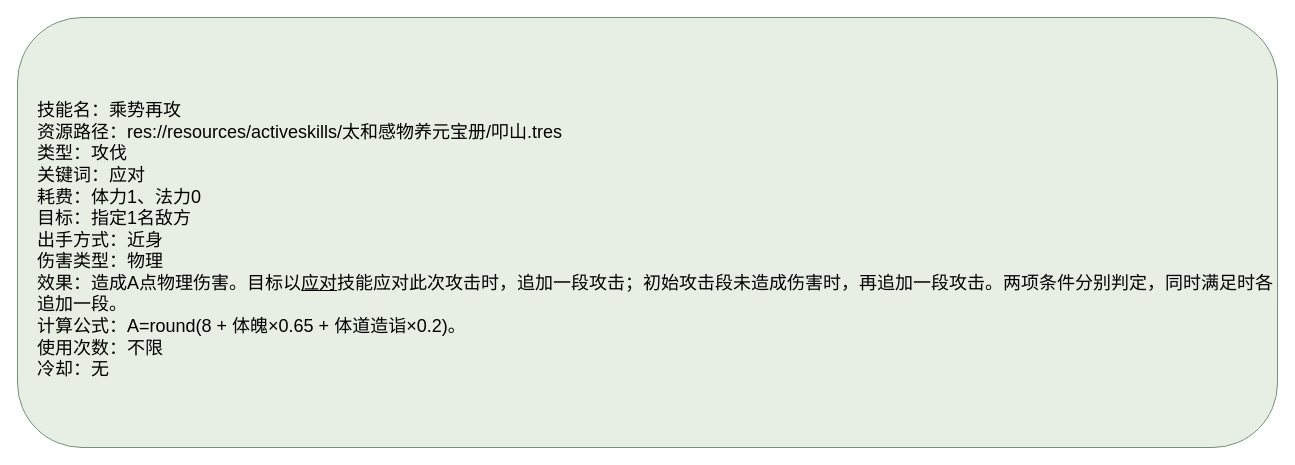
Before: docs/卡牌词典/秘籍技能/太和感物养元宝册/乘势再攻.drawio in ankundanetracyc-spec/tian-guan-you-du, a draw.io diagram. Source tidied: cells renumbered, new cells numbered last; positions are measured from the earlier drawing's top-left corner, leaving out a move shared by most shapes. Both pictures are drawn from the tidied source at 100%, with x=0, y=0 at pixel (17, 17).
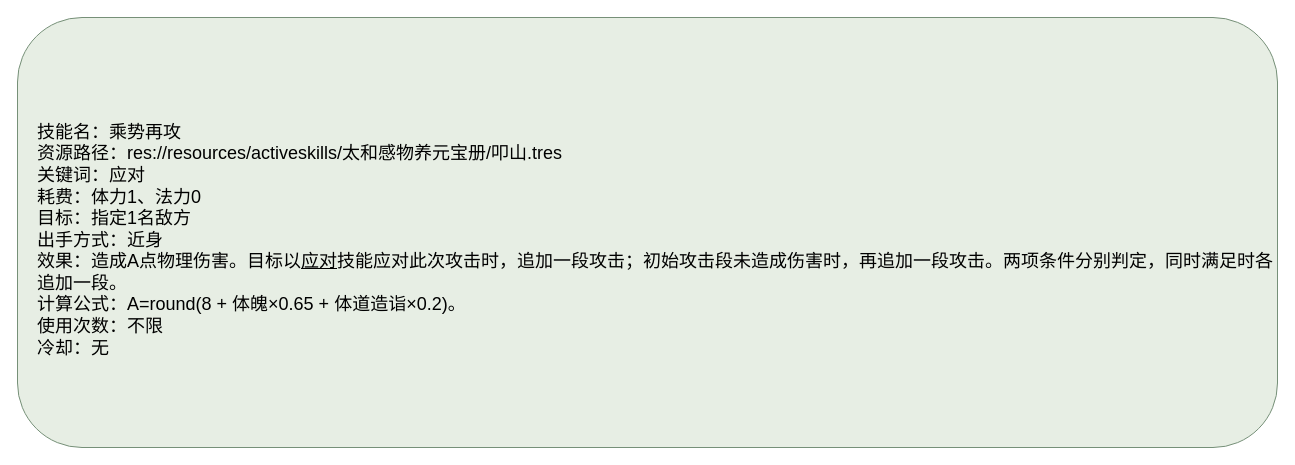
Above is the later version.

Change to the diagram source:
```diff
@@
 <mxGraphModel>
   <root>
     <mxCell id="0" />
     <mxCell id="1" parent="0" />
-    <mxCell id="2" value="&lt;div style=&quot;text-align:left;&quot;&gt;技能名：乘势再攻&lt;br&gt;资源路径：res://resources/activeskills/太和感物养元宝册/叩山.tres&lt;br&gt;类型：攻伐&lt;br&gt;关键词：应对&lt;br&gt;耗费：体力1、法力0&lt;br&gt;目标：指定1名敌方&lt;br&gt;出手方式：近身&lt;br&gt;伤害类型：物理&lt;br&gt;效果：造成A点物理伤害。目标以&lt;u&gt;应对&lt;/u&gt;技能应对此次攻击时，追加一段攻击；初始攻击段未造成伤害时，再追加一段攻击。两项条件分别判定，同时满足时各追加一段。&lt;br&gt;计算公式：A=round(8 + 体魄×0.65 + 体道造诣×0.2)。&lt;br&gt;使用次数：不限&lt;br&gt;冷却：无&lt;/div&gt;" style="rounded=1;whiteSpace=wrap;html=1;fillColor=#e7eee4;strokeColor=#769078;fontSize=18;align=left;spacingLeft=18;spacingTop=16;" parent="1" vertex="1">
+    <mxCell id="2" value="&lt;div style=&quot;text-align:left;&quot;&gt;技能名：乘势再攻&lt;br&gt;资源路径：res://resources/activeskills/太和感物养元宝册/叩山.tres&lt;br&gt;关键词：应对&lt;br&gt;耗费：体力1、法力0&lt;br&gt;目标：指定1名敌方&lt;br&gt;出手方式：近身&lt;br&gt;效果：造成A点物理伤害。目标以&lt;u&gt;应对&lt;/u&gt;技能应对此次攻击时，追加一段攻击；初始攻击段未造成伤害时，再追加一段攻击。两项条件分别判定，同时满足时各追加一段。&lt;br&gt;计算公式：A=round(8 + 体魄×0.65 + 体道造诣×0.2)。&lt;br&gt;使用次数：不限&lt;br&gt;冷却：无&lt;/div&gt;" style="rounded=1;whiteSpace=wrap;html=1;fillColor=#e7eee4;strokeColor=#769078;fontSize=18;align=left;spacingLeft=18;spacingTop=16;" parent="1" vertex="1">
       <mxGeometry width="1260" height="430" as="geometry" />
     </mxCell>
   </root>
 </mxGraphModel>
```
